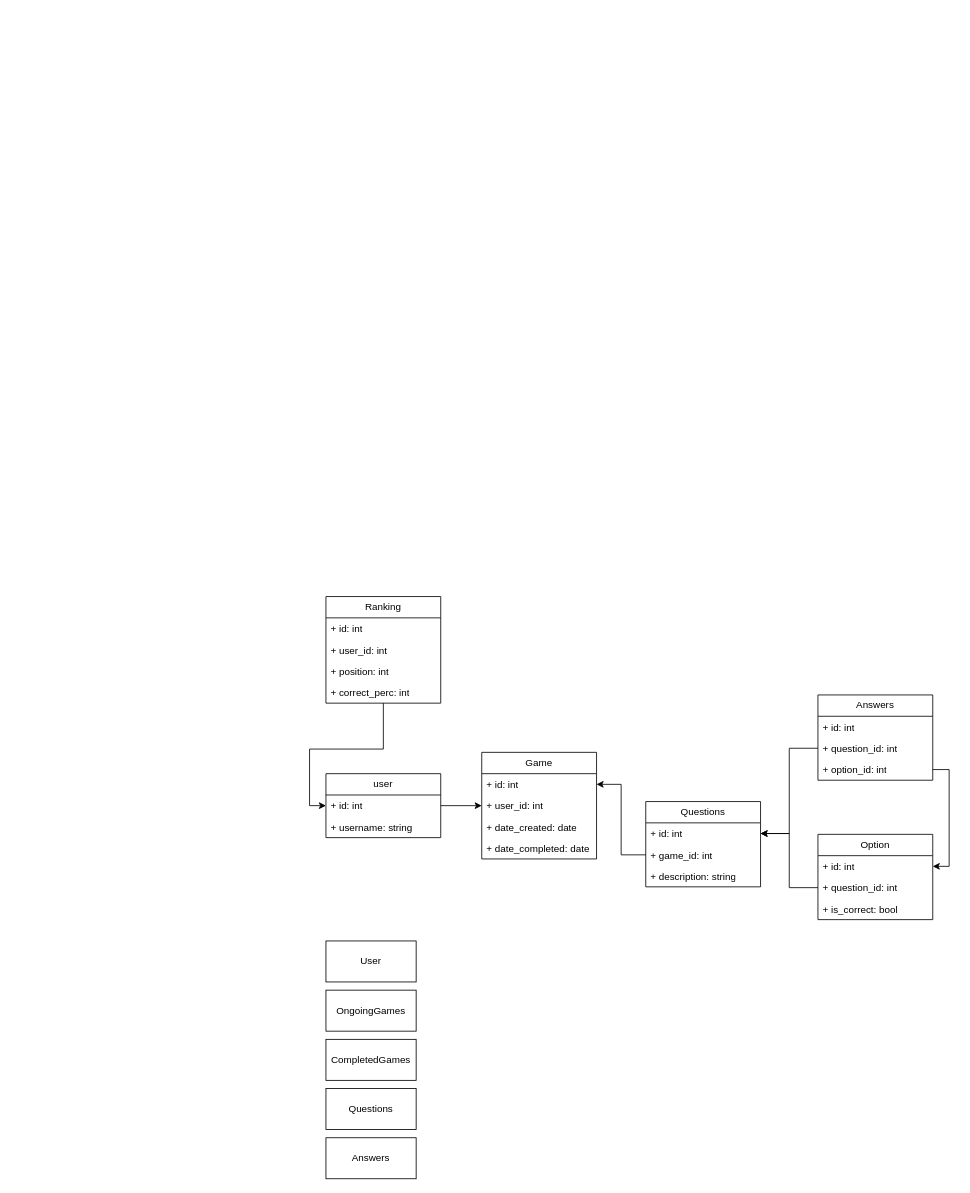
The draw.io diagram quiz_diagram.drawio in evandromendonca/go_quiz, before the edit. Source tidied: cells renumbered, new cells numbered last; positions are measured from the earlier drawing's top-left corner, leaving out a move shared by most shapes. Both pictures are drawn from the tidied source at 82%, with x=0, y=0 at pixel (326, 596).
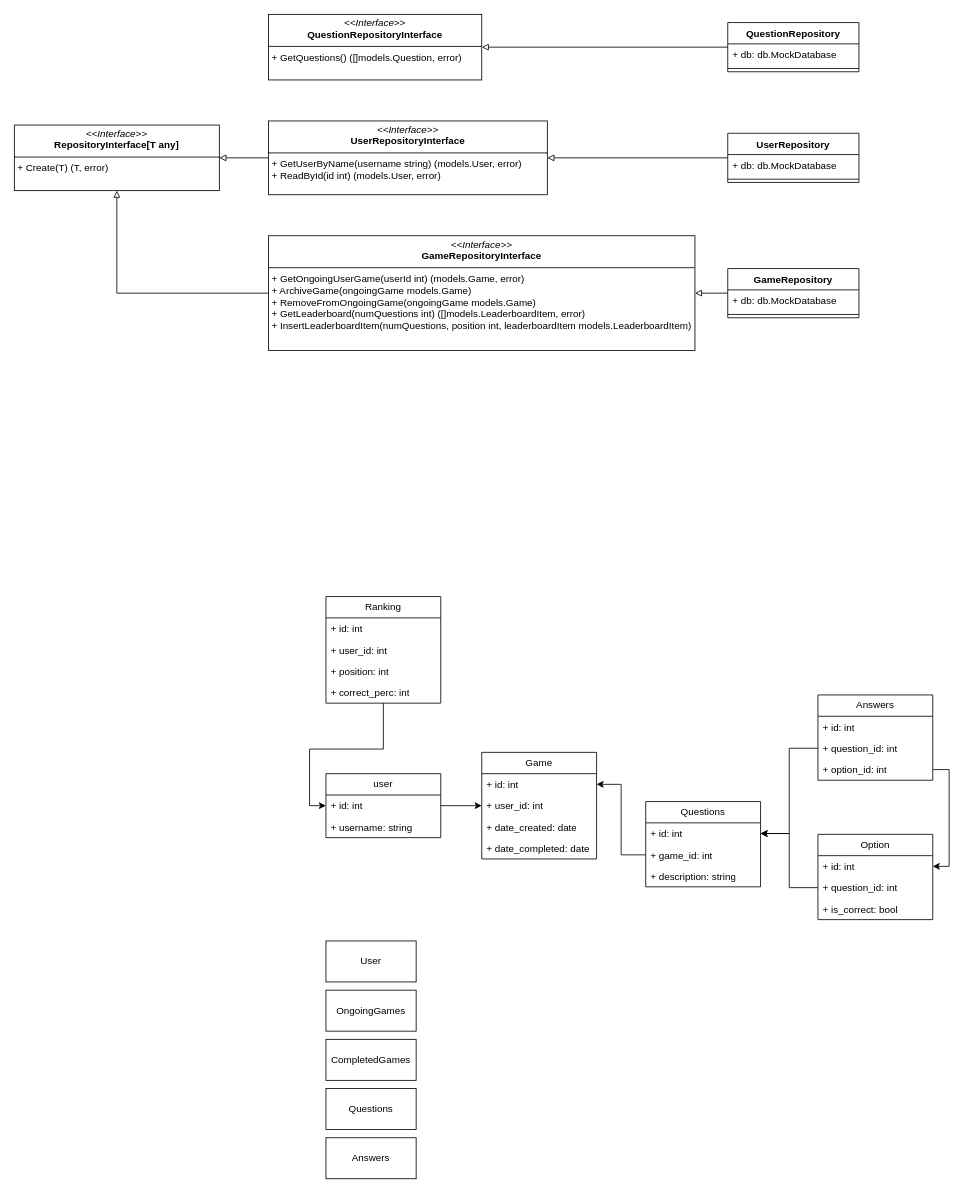
The same page after the edit.

Commit message (it also covers changes not shown here):
quiz number of question from param; splitting DTOs

Change to the diagram source:
```diff
@@
+    <mxCell id="38" style="edgeStyle=orthogonalEdgeStyle;rounded=0;jettySize=auto;html=1;endArrow=block;endFill=0;" parent="1" edge="1" source="39" target="40">
+      <mxGeometry relative="1" as="geometry" />
+    </mxCell>
+    <mxCell id="39" value="&lt;p style=&quot;margin:0px;margin-top:4px;text-align:center;&quot;&gt;&lt;i&gt;&amp;lt;&amp;lt;Interface&amp;gt;&amp;gt;&lt;/i&gt;&lt;br&gt;&lt;b&gt;GameRepositoryInterface&lt;/b&gt;&lt;/p&gt;&lt;hr size=&quot;1&quot; style=&quot;border-style:solid;&quot;&gt;&lt;p style=&quot;margin:0px;margin-left:4px;&quot;&gt;+ GetOngoingUserGame(userId int) (models.Game, error)&lt;br&gt;+ ArchiveGame(ongoingGame models.Game)&lt;/p&gt;&lt;p style=&quot;margin:0px;margin-left:4px;&quot;&gt;+&amp;nbsp;RemoveFromOngoingGame(ongoingGame models.Game)&lt;br&gt;+&amp;nbsp;GetLeaderboard(numQuestions int) ([]models.LeaderboardItem, error)&lt;br&gt;+&amp;nbsp;InsertLeaderboardItem(numQuestions, position int, leaderboardItem models.LeaderboardItem)&lt;/p&gt;&lt;p style=&quot;margin:0px;margin-left:4px;&quot;&gt;&lt;br&gt;&lt;/p&gt;" style="verticalAlign=top;align=left;overflow=fill;html=1;whiteSpace=wrap;" parent="1" vertex="1">
+      <mxGeometry x="-70" y="-440" width="520" height="140" as="geometry" />
+    </mxCell>
+    <mxCell id="40" value="&lt;p style=&quot;margin:0px;margin-top:4px;text-align:center;&quot;&gt;&lt;i&gt;&amp;lt;&amp;lt;Interface&amp;gt;&amp;gt;&lt;/i&gt;&lt;br&gt;&lt;b&gt;RepositoryInterface[T any]&lt;/b&gt;&lt;/p&gt;&lt;hr size=&quot;1&quot; style=&quot;border-style:solid;&quot;&gt;&lt;p style=&quot;margin:0px;margin-left:4px;&quot;&gt;+&amp;nbsp;&lt;span style=&quot;background-color: initial;&quot;&gt;Create(T) (T, error)&lt;/span&gt;&lt;/p&gt;&lt;p style=&quot;margin:0px;margin-left:4px;&quot;&gt;&lt;br&gt;&lt;/p&gt;" style="verticalAlign=top;align=left;overflow=fill;html=1;whiteSpace=wrap;" parent="1" vertex="1">
+      <mxGeometry x="-380" y="-575" width="250" height="80" as="geometry" />
+    </mxCell>
+    <mxCell id="41" style="edgeStyle=orthogonalEdgeStyle;rounded=0;jettySize=auto;html=1;endArrow=block;endFill=0;" parent="1" edge="1" source="42" target="40">
+      <mxGeometry relative="1" as="geometry" />
+    </mxCell>
+    <mxCell id="42" value="&lt;p style=&quot;margin:0px;margin-top:4px;text-align:center;&quot;&gt;&lt;i&gt;&amp;lt;&amp;lt;Interface&amp;gt;&amp;gt;&lt;/i&gt;&lt;br&gt;&lt;b&gt;UserRepositoryInterface&lt;/b&gt;&lt;/p&gt;&lt;hr size=&quot;1&quot; style=&quot;border-style:solid;&quot;&gt;&lt;p style=&quot;margin:0px;margin-left:4px;&quot;&gt;+ GetUserByName(username string) (models.User, error)&lt;br&gt;+&amp;nbsp;ReadById(id int) (models.User, error)&lt;/p&gt;&lt;p style=&quot;margin:0px;margin-left:4px;&quot;&gt;&lt;br&gt;&lt;/p&gt;" style="verticalAlign=top;align=left;overflow=fill;html=1;whiteSpace=wrap;" parent="1" vertex="1">
+      <mxGeometry x="-70" y="-580" width="340" height="90" as="geometry" />
+    </mxCell>
+    <mxCell id="43" value="&lt;p style=&quot;margin:0px;margin-top:4px;text-align:center;&quot;&gt;&lt;i&gt;&amp;lt;&amp;lt;Interface&amp;gt;&amp;gt;&lt;/i&gt;&lt;br&gt;&lt;b&gt;QuestionRepositoryInterface&lt;/b&gt;&lt;/p&gt;&lt;hr size=&quot;1&quot; style=&quot;border-style:solid;&quot;&gt;&lt;p style=&quot;margin:0px;margin-left:4px;&quot;&gt;+&amp;nbsp;GetQuestions() ([]models.Question, error)&lt;/p&gt;&lt;p style=&quot;margin:0px;margin-left:4px;&quot;&gt;&lt;br&gt;&lt;/p&gt;" style="verticalAlign=top;align=left;overflow=fill;html=1;whiteSpace=wrap;" parent="1" vertex="1">
+      <mxGeometry x="-70" y="-710" width="260" height="80" as="geometry" />
+    </mxCell>
+    <mxCell id="44" style="edgeStyle=orthogonalEdgeStyle;rounded=0;jettySize=auto;html=1;strokeColor=default;align=center;verticalAlign=middle;fontFamily=Helvetica;fontSize=11;fontColor=default;labelBackgroundColor=default;endArrow=block;endFill=0;" parent="1" edge="1" source="45" target="39">
+      <mxGeometry relative="1" as="geometry" />
+    </mxCell>
+    <mxCell id="45" value="GameRepository" style="swimlane;fontStyle=1;align=center;verticalAlign=top;horizontal=1;startSize=26;whiteSpace=wrap;html=1;" parent="1" vertex="1">
+      <mxGeometry x="490" y="-400" width="160" height="60" as="geometry" />
+    </mxCell>
+    <mxCell id="46" value="+ db: db.MockDatabase" style="text;strokeColor=none;fillColor=none;align=left;verticalAlign=top;spacingLeft=4;spacingRight=4;overflow=hidden;whiteSpace=wrap;html=1;" parent="45" vertex="1">
+      <mxGeometry y="26" width="160" height="26" as="geometry" />
+    </mxCell>
+    <mxCell id="47" style="line;strokeWidth=1;fillColor=none;align=left;verticalAlign=middle;spacingTop=-1;spacingLeft=3;spacingRight=3;labelPosition=right;strokeColor=inherit;" parent="45" vertex="1">
+      <mxGeometry y="52" width="160" height="8" as="geometry" />
+    </mxCell>
+    <mxCell id="48" style="edgeStyle=orthogonalEdgeStyle;rounded=0;jettySize=auto;html=1;endArrow=block;endFill=0;" parent="1" edge="1" source="49" target="43">
+      <mxGeometry relative="1" as="geometry" />
+    </mxCell>
+    <mxCell id="49" value="QuestionRepository" style="swimlane;fontStyle=1;align=center;verticalAlign=top;horizontal=1;startSize=26;whiteSpace=wrap;html=1;" parent="1" vertex="1">
+      <mxGeometry x="490" y="-700" width="160" height="60" as="geometry" />
+    </mxCell>
+    <mxCell id="50" value="+ db: db.MockDatabase" style="text;strokeColor=none;fillColor=none;align=left;verticalAlign=top;spacingLeft=4;spacingRight=4;overflow=hidden;whiteSpace=wrap;html=1;" parent="49" vertex="1">
+      <mxGeometry y="26" width="160" height="26" as="geometry" />
+    </mxCell>
+    <mxCell id="51" style="line;strokeWidth=1;fillColor=none;align=left;verticalAlign=middle;spacingTop=-1;spacingLeft=3;spacingRight=3;labelPosition=right;strokeColor=inherit;" parent="49" vertex="1">
+      <mxGeometry y="52" width="160" height="8" as="geometry" />
+    </mxCell>
+    <mxCell id="52" style="edgeStyle=orthogonalEdgeStyle;rounded=0;jettySize=auto;html=1;endArrow=block;endFill=0;" parent="1" edge="1" source="53" target="42">
+      <mxGeometry relative="1" as="geometry" />
+    </mxCell>
+    <mxCell id="53" value="UserRepository" style="swimlane;fontStyle=1;align=center;verticalAlign=top;horizontal=1;startSize=26;whiteSpace=wrap;html=1;" parent="1" vertex="1">
+      <mxGeometry x="490" y="-565" width="160" height="60" as="geometry" />
+    </mxCell>
+    <mxCell id="54" value="+ db: db.MockDatabase" style="text;strokeColor=none;fillColor=none;align=left;verticalAlign=top;spacingLeft=4;spacingRight=4;overflow=hidden;whiteSpace=wrap;html=1;" parent="53" vertex="1">
+      <mxGeometry y="26" width="160" height="26" as="geometry" />
+    </mxCell>
+    <mxCell id="55" style="line;strokeWidth=1;fillColor=none;align=left;verticalAlign=middle;spacingTop=-1;spacingLeft=3;spacingRight=3;labelPosition=right;strokeColor=inherit;" parent="53" vertex="1">
+      <mxGeometry y="52" width="160" height="8" as="geometry" />
+    </mxCell>
```
